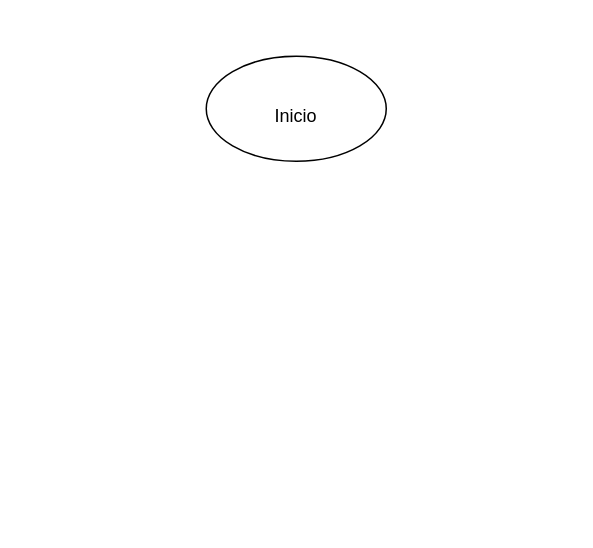
Earlier version of the draw.io diagram Diagrama sem nome.drawio (Confras14/MyDraw). Source tidied: cells renumbered, new cells numbered last; positions are measured from the earlier drawing's top-left corner, leaving out a move shared by most shapes. Both pictures are drawn from the tidied source at 150%, with x=0, y=0 at pixel (206, 56).
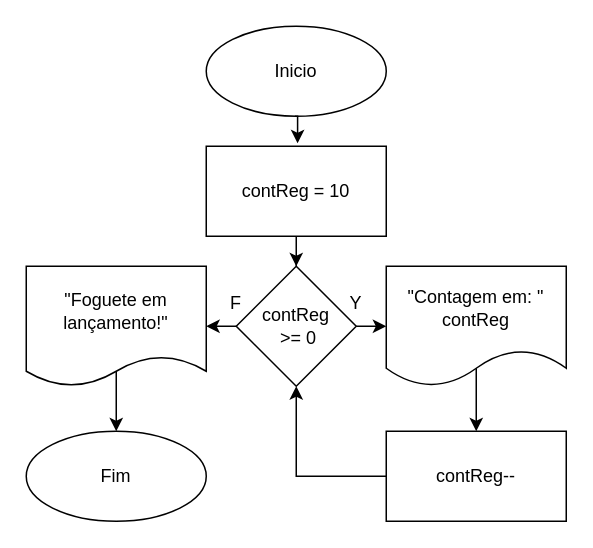
After the change.

The edit, as a diff of the source:
```diff
@@
     <mxCell id="2" style="ellipse;whiteSpace=wrap;html=1;" parent="1" vertex="1">
-      <mxGeometry width="120" height="70" as="geometry" />
+      <mxGeometry y="-20" width="120" height="60" as="geometry" />
     </mxCell>
     <mxCell id="3" value="Inicio" style="text;html=1;align=center;verticalAlign=middle;whiteSpace=wrap;rounded=0;" parent="1" vertex="1">
-      <mxGeometry x="30" y="25" width="60" height="30" as="geometry" />
+      <mxGeometry x="30" y="-5" width="60" height="30" as="geometry" />
     </mxCell>
+    <mxCell id="4" style="edgeStyle=orthogonalEdgeStyle;rounded=0;jettySize=auto;html=1;exitX=0.5;exitY=1;exitDx=0;exitDy=0;" parent="1" edge="1" source="5" target="8">
+      <mxGeometry relative="1" as="geometry" />
+    </mxCell>
+    <mxCell id="5" style="rounded=0;whiteSpace=wrap;html=1;" parent="1" vertex="1">
+      <mxGeometry y="60" width="120" height="60" as="geometry" />
+    </mxCell>
+    <mxCell id="6" value="contReg = 10" style="text;html=1;align=center;verticalAlign=middle;whiteSpace=wrap;rounded=0;" parent="1" vertex="1">
+      <mxGeometry x="10" y="75" width="100" height="30" as="geometry" />
+    </mxCell>
+    <mxCell id="7" style="edgeStyle=orthogonalEdgeStyle;rounded=0;orthogonalLoop=1;jettySize=auto;html=1;exitX=0.5;exitY=1;exitDx=0;exitDy=0;entryX=0.515;entryY=-0.034;entryDx=0;entryDy=0;entryPerimeter=0;" parent="1" edge="1">
+      <mxGeometry relative="1" as="geometry">
+        <mxPoint x="59.1" y="40" as="sourcePoint" />
+        <mxPoint x="60.9" y="58" as="targetPoint" />
+      </mxGeometry>
+    </mxCell>
+    <mxCell id="8" style="rhombus;whiteSpace=wrap;html=1;" parent="1" vertex="1">
+      <mxGeometry x="20" y="140" width="80" height="80" as="geometry" />
+    </mxCell>
+    <mxCell id="9" style="edgeStyle=orthogonalEdgeStyle;rounded=0;jettySize=auto;html=1;exitX=1;exitY=0.5;exitDx=0;exitDy=0;" parent="1" edge="1" source="11">
+      <mxGeometry relative="1" as="geometry">
+        <mxPoint x="120" y="179.9" as="targetPoint" />
+      </mxGeometry>
+    </mxCell>
+    <mxCell id="10" style="edgeStyle=orthogonalEdgeStyle;rounded=0;jettySize=auto;html=1;exitX=0;exitY=0.5;exitDx=0;exitDy=0;entryX=1;entryY=0.5;entryDx=0;entryDy=0;" parent="1" edge="1" source="11" target="17">
+      <mxGeometry relative="1" as="geometry" />
+    </mxCell>
+    <mxCell id="11" value="contReg&lt;div&gt;&amp;nbsp;&amp;gt;=&amp;nbsp;&lt;span style=&quot;background-color: initial;&quot;&gt;0&lt;/span&gt;&lt;/div&gt;" style="text;html=1;align=center;verticalAlign=middle;whiteSpace=wrap;rounded=0;" parent="1" vertex="1">
+      <mxGeometry x="20" y="165" width="80" height="30" as="geometry" />
+    </mxCell>
+    <mxCell id="12" style="edgeStyle=orthogonalEdgeStyle;rounded=0;jettySize=auto;html=1;exitX=0.594;exitY=0.741;exitDx=0;exitDy=0;exitPerimeter=0;" parent="1" edge="1" source="13">
+      <mxGeometry relative="1" as="geometry">
+        <mxPoint x="180" y="250" as="targetPoint" />
+        <Array as="points">
+          <mxPoint x="180" y="199" />
+        </Array>
+      </mxGeometry>
+    </mxCell>
+    <mxCell id="13" value="&quot;Contagem em: &quot; contReg" style="shape=document;whiteSpace=wrap;html=1;boundedLbl=1;" parent="1" vertex="1">
+      <mxGeometry x="120" y="140" width="120" height="80" as="geometry" />
+    </mxCell>
+    <mxCell id="14" style="edgeStyle=orthogonalEdgeStyle;rounded=0;jettySize=auto;html=1;exitX=0;exitY=0.5;exitDx=0;exitDy=0;entryX=0.5;entryY=1;entryDx=0;entryDy=0;" parent="1" edge="1" source="15" target="8">
+      <mxGeometry relative="1" as="geometry" />
+    </mxCell>
+    <mxCell id="15" value="contReg--" style="rounded=0;whiteSpace=wrap;html=1;" parent="1" vertex="1">
+      <mxGeometry x="120" y="250" width="120" height="60" as="geometry" />
+    </mxCell>
+    <mxCell id="16" style="edgeStyle=orthogonalEdgeStyle;rounded=0;jettySize=auto;html=1;exitX=0.989;exitY=0.562;exitDx=0;exitDy=0;exitPerimeter=0;" parent="1" edge="1" source="17" target="18">
+      <mxGeometry relative="1" as="geometry">
+        <Array as="points">
+          <mxPoint x="-60" y="185" />
+        </Array>
+      </mxGeometry>
+    </mxCell>
+    <mxCell id="17" value="&quot;Foguete em lançamento!&quot;" style="shape=document;whiteSpace=wrap;html=1;boundedLbl=1;size=0.25;" parent="1" vertex="1">
+      <mxGeometry x="-120" y="140" width="120" height="80" as="geometry" />
+    </mxCell>
+    <mxCell id="18" value="Fim" style="ellipse;whiteSpace=wrap;html=1;" parent="1" vertex="1">
+      <mxGeometry x="-120" y="250" width="120" height="60" as="geometry" />
+    </mxCell>
+    <mxCell id="19" value="Y" style="text;html=1;align=center;verticalAlign=middle;whiteSpace=wrap;rounded=0;" parent="1" vertex="1">
+      <mxGeometry x="70" y="150" width="60" height="30" as="geometry" />
+    </mxCell>
+    <mxCell id="20" value="F" style="text;html=1;align=center;verticalAlign=middle;whiteSpace=wrap;rounded=0;" parent="1" vertex="1">
+      <mxGeometry x="-10" y="150" width="60" height="30" as="geometry" />
+    </mxCell>
```
